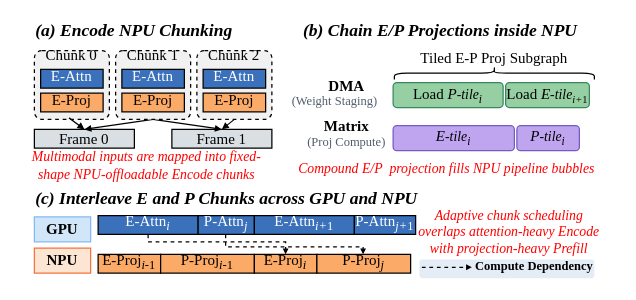
Before: figures/intro_teaser.drawio in icszhr/hermes, a draw.io diagram. Source tidied: cells renumbered, new cells numbered last; positions are measured from the earlier drawing's top-left corner, leaving out a move shared by most shapes. Both pictures are drawn from the tidied source at 125%, with x=0, y=0 at pixel (21, -28).
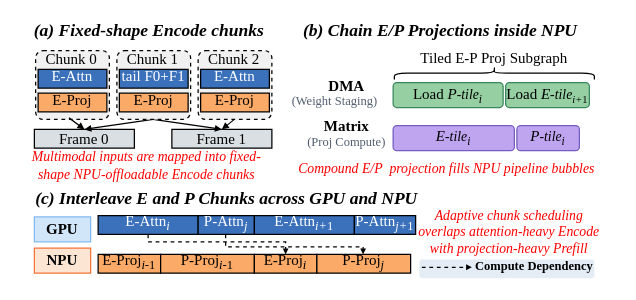
Above is the later version.

Diff of the diagram source:
```diff
@@
     <mxCell id="5" style="rounded=1;whiteSpace=wrap;html=1;arcSize=11;dashed=1;fillColor=light-dark(#f0f1f0, #ededed);" parent="1" vertex="1">
-      <mxGeometry x="10" y="62" width="60" height="55" as="geometry" />
+      <mxGeometry x="11" y="62" width="59" height="55" as="geometry" />
     </mxCell>
-    <mxCell id="6" value="(a) Encode NPU Chunking" style="text;html=1;whiteSpace=wrap;strokeColor=none;fillColor=none;align=center;verticalAlign=middle;rounded=0;fontFamily=Times New Roman;fontStyle=3;fontSize=14;" parent="1" vertex="1">
-      <mxGeometry x="10" y="42" width="160" height="10" as="geometry" />
+    <mxCell id="6" value="(a) Fixed-shape Encode chunks" style="text;html=1;whiteSpace=wrap;strokeColor=none;fillColor=none;align=center;verticalAlign=middle;rounded=0;fontFamily=Times New Roman;fontStyle=3;fontSize=14;" parent="1" vertex="1">
+      <mxGeometry x="7" y="42" width="190" height="10" as="geometry" />
     </mxCell>
@@
     <mxCell id="9" value="&lt;font face=&quot;Times New Roman&quot;&gt;Chunk 0&lt;/font&gt;" style="text;html=1;whiteSpace=wrap;strokeColor=none;fillColor=none;align=center;verticalAlign=middle;rounded=0;" parent="1" vertex="1">
-      <mxGeometry x="15" y="61" width="50" height="10" as="geometry" />
+      <mxGeometry x="15" y="64" width="50" height="10" as="geometry" />
     </mxCell>
     <mxCell id="10" value="&lt;span style=&quot;color: rgb(255, 255, 255);&quot;&gt;E-Attn&lt;/span&gt;" style="rounded=0;whiteSpace=wrap;html=1;fillColor=light-dark(#3b71bb, #ededed);fontFamily=Times New Roman;spacingTop=-3;" parent="1" vertex="1">
-      <mxGeometry x="15" y="77" width="50" height="15" as="geometry" />
+      <mxGeometry x="13" y="77" width="55" height="15" as="geometry" />
     </mxCell>
     <mxCell id="11" value="&lt;span style=&quot;color: rgb(0, 0, 0);&quot;&gt;E-Proj&lt;/span&gt;" style="rounded=0;whiteSpace=wrap;html=1;fillColor=light-dark(#fcaa67, #ededed);fontFamily=Times New Roman;spacingTop=-3;" parent="1" vertex="1">
-      <mxGeometry x="15" y="96" width="50" height="15" as="geometry" />
+      <mxGeometry x="13" y="96" width="55" height="15" as="geometry" />
     </mxCell>
@@
     <mxCell id="14" style="rounded=1;whiteSpace=wrap;html=1;arcSize=11;dashed=1;fillColor=light-dark(#f0f1f0, #ededed);" parent="1" vertex="1">
-      <mxGeometry x="75" y="62" width="60" height="55" as="geometry" />
+      <mxGeometry x="76" y="62" width="59" height="55" as="geometry" />
     </mxCell>
     <mxCell id="15" value="&lt;font face=&quot;Times New Roman&quot;&gt;Chunk 1&lt;/font&gt;" style="text;html=1;whiteSpace=wrap;strokeColor=none;fillColor=none;align=center;verticalAlign=middle;rounded=0;" parent="1" vertex="1">
-      <mxGeometry x="80" y="61" width="50" height="10" as="geometry" />
+      <mxGeometry x="80" y="64" width="50" height="10" as="geometry" />
     </mxCell>
-    <mxCell id="16" value="&lt;span style=&quot;color: rgb(255, 255, 255);&quot;&gt;E-Attn&lt;/span&gt;" style="rounded=0;whiteSpace=wrap;html=1;fillColor=light-dark(#3b71bb, #ededed);fontFamily=Times New Roman;spacingTop=-3;" parent="1" vertex="1">
-      <mxGeometry x="80" y="77" width="50" height="15" as="geometry" />
+    <mxCell id="16" value="&lt;span style=&quot;color: rgb(255, 255, 255);&quot;&gt;tail F0+F1&lt;/span&gt;" style="rounded=0;whiteSpace=wrap;html=1;fillColor=light-dark(#3b71bb, #ededed);fontFamily=Times New Roman;spacingTop=-3;" parent="1" vertex="1">
+      <mxGeometry x="78" y="77" width="55" height="15" as="geometry" />
     </mxCell>
     <mxCell id="17" value="&lt;span style=&quot;color: rgb(0, 0, 0);&quot;&gt;E-Proj&lt;/span&gt;" style="rounded=0;whiteSpace=wrap;html=1;fillColor=light-dark(#fcaa67, #ededed);fontFamily=Times New Roman;spacingTop=-3;" parent="1" vertex="1">
-      <mxGeometry x="80" y="96" width="50" height="15" as="geometry" />
+      <mxGeometry x="78" y="96" width="55" height="15" as="geometry" />
     </mxCell>
@@
     <mxCell id="19" style="rounded=1;whiteSpace=wrap;html=1;arcSize=11;dashed=1;fillColor=light-dark(#f0f1f0, #ededed);" parent="1" vertex="1">
-      <mxGeometry x="140" y="62" width="60" height="55" as="geometry" />
+      <mxGeometry x="141" y="62" width="59" height="55" as="geometry" />
     </mxCell>
     <mxCell id="20" value="&lt;font face=&quot;Times New Roman&quot;&gt;Chunk 2&lt;/font&gt;" style="text;html=1;whiteSpace=wrap;strokeColor=none;fillColor=none;align=center;verticalAlign=middle;rounded=0;" parent="1" vertex="1">
-      <mxGeometry x="145" y="61" width="50" height="10" as="geometry" />
+      <mxGeometry x="145" y="64" width="50" height="10" as="geometry" />
     </mxCell>
     <mxCell id="21" value="&lt;span style=&quot;color: rgb(255, 255, 255);&quot;&gt;E-Attn&lt;/span&gt;" style="rounded=0;whiteSpace=wrap;html=1;fillColor=light-dark(#3b71bb, #ededed);fontFamily=Times New Roman;spacingTop=-3;" parent="1" vertex="1">
-      <mxGeometry x="145" y="77" width="50" height="15" as="geometry" />
+      <mxGeometry x="143" y="77" width="55" height="15" as="geometry" />
     </mxCell>
     <mxCell id="22" value="&lt;span style=&quot;color: rgb(0, 0, 0);&quot;&gt;E-Proj&lt;/span&gt;" style="rounded=0;whiteSpace=wrap;html=1;fillColor=light-dark(#fcaa67, #ededed);fontFamily=Times New Roman;spacingTop=-3;" parent="1" vertex="1">
-      <mxGeometry x="145" y="96" width="50" height="15" as="geometry" />
+      <mxGeometry x="143" y="96" width="55" height="15" as="geometry" />
     </mxCell>
```
